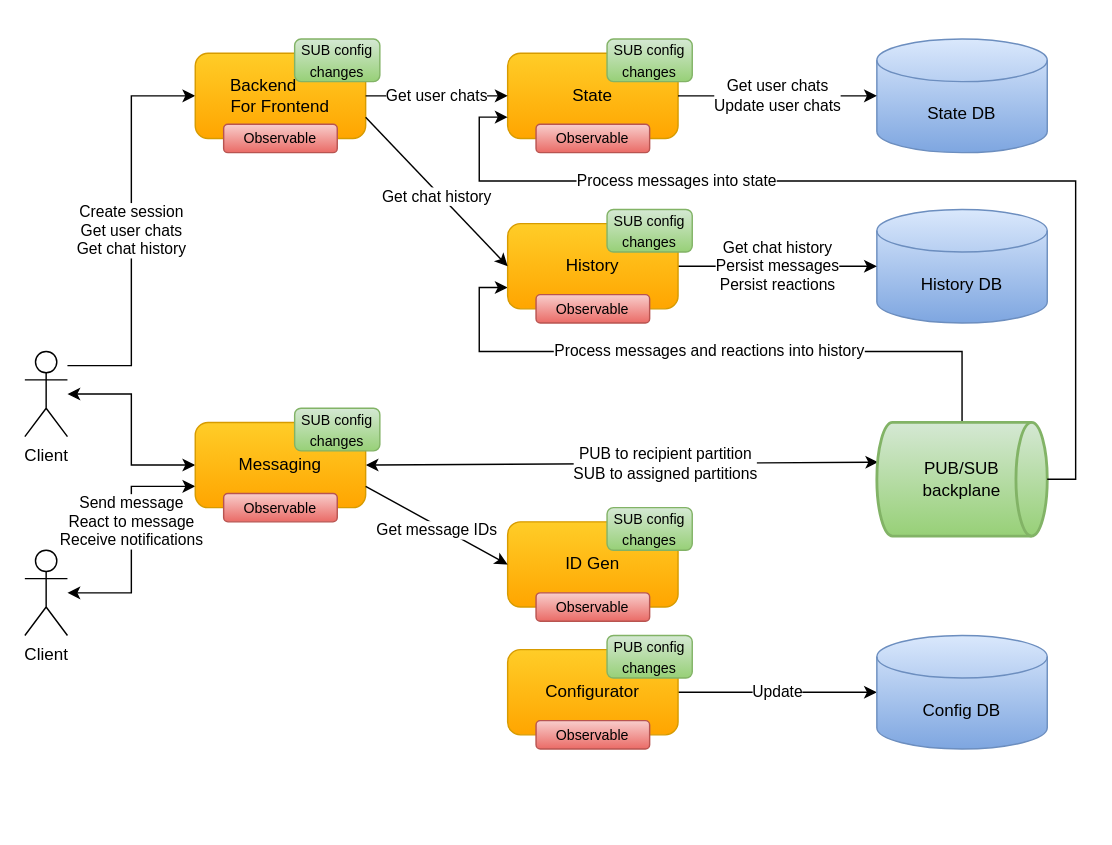
Earlier version of the draw.io diagram docs/diagrams/cecochat-01-overall.drawio (cvetomir-todorov/CecoChat). Source tidied: cells renumbered, new cells numbered last; positions are measured from the earlier drawing's top-left corner, leaving out a move shared by most shapes. Both pictures are drawn from the tidied source at 142%, with x=0, y=0 at pixel (24, 38).
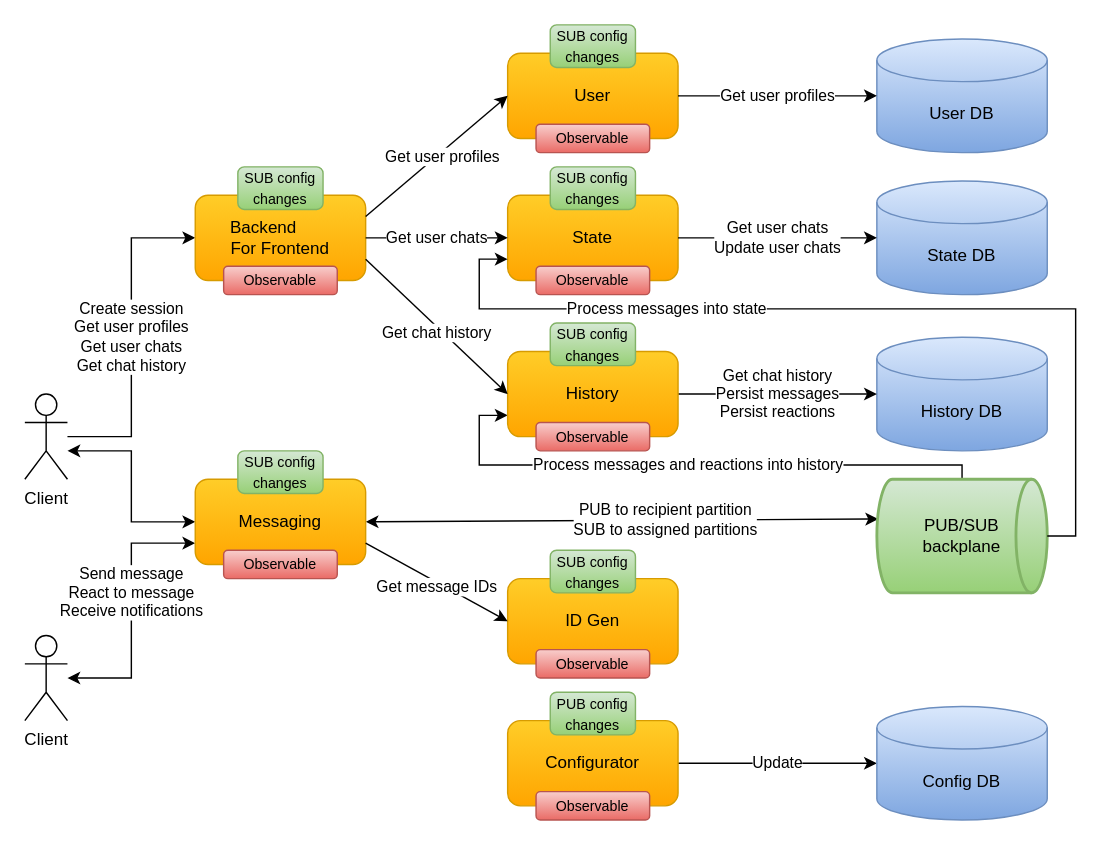
The same diagram, later.

Commit message (it also covers changes not shown here):
Update diagrams with user service

Diff of the diagram source:
```diff
@@
     <mxCell id="2" style="edgeStyle=orthogonalEdgeStyle;rounded=0;jettySize=auto;html=1;entryX=0;entryY=0.5;entryDx=0;entryDy=0;startArrow=classic;startFill=1;" parent="1" edge="1" source="4" target="8">
-      <mxGeometry relative="1" as="geometry" />
+      <mxGeometry relative="1" as="geometry">
+        <Array as="points">
+          <mxPoint x="75" y="290" />
+          <mxPoint x="75" y="340" />
+        </Array>
+      </mxGeometry>
     </mxCell>
-    <mxCell id="3" value="Create session&lt;br&gt;Get user chats&lt;br&gt;Get chat history" style="edgeStyle=orthogonalEdgeStyle;rounded=0;jettySize=auto;html=1;entryX=0;entryY=0.5;entryDx=0;entryDy=0;" parent="1" edge="1" source="4" target="21">
+    <mxCell id="3" value="Create session&lt;br&gt;Get user profiles&lt;br&gt;Get user chats&lt;br&gt;Get chat history" style="edgeStyle=orthogonalEdgeStyle;rounded=0;jettySize=auto;html=1;entryX=0;entryY=0.5;entryDx=0;entryDy=0;" parent="1" edge="1" source="4" target="21">
       <mxGeometry relative="1" as="geometry">
         <Array as="points">
-          <mxPoint x="75" y="230" />
-          <mxPoint x="75" y="40" />
+          <mxPoint x="75" y="280" />
+          <mxPoint x="75" y="140" />
         </Array>
       </mxGeometry>
     </mxCell>
     <mxCell id="4" value="Client" style="shape=umlActor;verticalLabelPosition=bottom;verticalAlign=top;html=1;outlineConnect=0;" parent="1" vertex="1">
-      <mxGeometry y="220" width="30" height="60" as="geometry" />
+      <mxGeometry y="250" width="30" height="60" as="geometry" />
     </mxCell>
     <mxCell id="5" value="Send message&lt;br&gt;React to message&lt;br&gt;Receive notifications" style="edgeStyle=orthogonalEdgeStyle;rounded=0;jettySize=auto;html=1;entryX=0;entryY=0.75;entryDx=0;entryDy=0;startArrow=classic;startFill=1;" parent="1" edge="1" source="6" target="8">
-      <mxGeometry x="0.15" relative="1" as="geometry" />
+      <mxGeometry x="0.14" relative="1" as="geometry" />
     </mxCell>
     <mxCell id="6" value="Client" style="shape=umlActor;verticalLabelPosition=bottom;verticalAlign=top;html=1;outlineConnect=0;" parent="1" vertex="1">
-      <mxGeometry y="360" width="30" height="60" as="geometry" />
+      <mxGeometry y="420" width="30" height="60" as="geometry" />
     </mxCell>
@@
     <mxCell id="8" value="&lt;font style=&quot;font-size: 12px&quot;&gt;Messaging&lt;/font&gt;" style="rounded=1;whiteSpace=wrap;html=1;gradientColor=#ffa500;fillColor=#ffcd28;strokeColor=#d79b00;" parent="1" vertex="1">
-      <mxGeometry x="120" y="270" width="120" height="60" as="geometry" />
+      <mxGeometry x="120" y="310" width="120" height="60" as="geometry" />
     </mxCell>
     <mxCell id="9" value="Process messages and reactions into history" style="edgeStyle=orthogonalEdgeStyle;rounded=0;jettySize=auto;html=1;entryX=0;entryY=0.75;entryDx=0;entryDy=0;exitX=0.5;exitY=0;exitDx=0;exitDy=0;exitPerimeter=0;" parent="1" edge="1" source="10" target="16">
       <mxGeometry relative="1" as="geometry">
         <Array as="points">
-          <mxPoint x="660" y="220" />
-          <mxPoint x="320" y="220" />
-          <mxPoint x="320" y="175" />
+          <mxPoint x="660" y="300" />
+          <mxPoint x="320" y="300" />
+          <mxPoint x="320" y="265" />
         </Array>
       </mxGeometry>
     </mxCell>
     <mxCell id="10" value="PUB/SUB&lt;br&gt;backplane" style="strokeWidth=2;html=1;shape=mxgraph.flowchart.direct_data;whiteSpace=wrap;gradientColor=#97d077;fillColor=#d5e8d4;strokeColor=#82b366;" parent="1" vertex="1">
-      <mxGeometry x="600" y="270" width="120" height="80" as="geometry" />
+      <mxGeometry x="600" y="310" width="120" height="80" as="geometry" />
     </mxCell>
     <mxCell id="11" value="History DB" style="shape=cylinder3;whiteSpace=wrap;html=1;boundedLbl=1;backgroundOutline=1;size=15;gradientColor=#7ea6e0;fillColor=#dae8fc;strokeColor=#6c8ebf;" parent="1" vertex="1">
-      <mxGeometry x="600" y="120" width="120" height="80" as="geometry" />
+      <mxGeometry x="600" y="210" width="120" height="80" as="geometry" />
     </mxCell>
@@
     <mxCell id="14" value="Configurator" style="rounded=1;whiteSpace=wrap;html=1;gradientColor=#ffa500;fillColor=#ffcd28;strokeColor=#d79b00;" parent="1" vertex="1">
-      <mxGeometry x="340" y="430" width="120" height="60" as="geometry" />
+      <mxGeometry x="340" y="480" width="120" height="60" as="geometry" />
     </mxCell>
     <mxCell id="15" value="Config DB" style="shape=cylinder3;whiteSpace=wrap;html=1;boundedLbl=1;backgroundOutline=1;size=15;gradientColor=#7ea6e0;fillColor=#dae8fc;strokeColor=#6c8ebf;" parent="1" vertex="1">
-      <mxGeometry x="600" y="420" width="120" height="80" as="geometry" />
+      <mxGeometry x="600" y="470" width="120" height="80" as="geometry" />
     </mxCell>
     <mxCell id="16" value="&lt;font style=&quot;font-size: 12px&quot;&gt;History&lt;/font&gt;" style="rounded=1;whiteSpace=wrap;html=1;gradientColor=#ffa500;fillColor=#ffcd28;strokeColor=#d79b00;" parent="1" vertex="1">
-      <mxGeometry x="340" y="130" width="120" height="60" as="geometry" />
+      <mxGeometry x="340" y="220" width="120" height="60" as="geometry" />
     </mxCell>
     <mxCell id="17" value="&lt;font style=&quot;font-size: 12px&quot;&gt;ID Gen&lt;/font&gt;" style="rounded=1;whiteSpace=wrap;html=1;gradientColor=#ffa500;fillColor=#ffcd28;strokeColor=#d79b00;" parent="1" vertex="1">
-      <mxGeometry x="340" y="340" width="120" height="60" as="geometry" />
+      <mxGeometry x="340" y="380" width="120" height="60" as="geometry" />
     </mxCell>
@@
     <mxCell id="19" value="&lt;font style=&quot;font-size: 10px&quot;&gt;PUB config&lt;br&gt;changes&lt;/font&gt;" style="rounded=1;whiteSpace=wrap;html=1;gradientColor=#97d077;fillColor=#d5e8d4;strokeColor=#82b366;" parent="1" vertex="1">
-      <mxGeometry x="410" y="420" width="60" height="30" as="geometry" />
+      <mxGeometry x="370" y="460" width="60" height="30" as="geometry" />
     </mxCell>
     <mxCell id="20" value="&lt;font style=&quot;font-size: 10px&quot;&gt;SUB config&lt;br&gt;changes&lt;/font&gt;" style="rounded=1;whiteSpace=wrap;html=1;gradientColor=#97d077;fillColor=#d5e8d4;strokeColor=#82b366;" parent="1" vertex="1">
-      <mxGeometry x="190" y="260" width="60" height="30" as="geometry" />
+      <mxGeometry x="150" y="290" width="60" height="30" as="geometry" />
     </mxCell>
     <mxCell id="21" value="&lt;font style=&quot;font-size: 12px&quot;&gt;Backend&amp;nbsp; &amp;nbsp; &amp;nbsp; &amp;nbsp;&lt;br&gt;For Frontend&lt;/font&gt;" style="rounded=1;whiteSpace=wrap;html=1;gradientColor=#ffa500;fillColor=#ffcd28;strokeColor=#d79b00;" parent="1" vertex="1">
-      <mxGeometry x="120" y="10" width="120" height="60" as="geometry" />
+      <mxGeometry x="120" y="110" width="120" height="60" as="geometry" />
     </mxCell>
     <mxCell id="22" value="&lt;font style=&quot;font-size: 10px&quot;&gt;SUB config&lt;br&gt;changes&lt;/font&gt;" style="rounded=1;whiteSpace=wrap;html=1;gradientColor=#97d077;fillColor=#d5e8d4;strokeColor=#82b366;" parent="1" vertex="1">
-      <mxGeometry x="190" width="60" height="30" as="geometry" />
+      <mxGeometry x="150" y="90" width="60" height="30" as="geometry" />
     </mxCell>
     <mxCell id="23" value="State DB" style="shape=cylinder3;whiteSpace=wrap;html=1;boundedLbl=1;backgroundOutline=1;size=15;gradientColor=#7ea6e0;fillColor=#dae8fc;strokeColor=#6c8ebf;" parent="1" vertex="1">
-      <mxGeometry x="600" width="120" height="80" as="geometry" />
+      <mxGeometry x="600" y="100" width="120" height="80" as="geometry" />
     </mxCell>
     <mxCell id="24" value="&lt;font style=&quot;font-size: 12px&quot;&gt;State&lt;/font&gt;" style="rounded=1;whiteSpace=wrap;html=1;gradientColor=#ffa500;fillColor=#ffcd28;strokeColor=#d79b00;" parent="1" vertex="1">
-      <mxGeometry x="340" y="10" width="120" height="60" as="geometry" />
+      <mxGeometry x="340" y="110" width="120" height="60" as="geometry" />
     </mxCell>
     <mxCell id="25" value="Process messages into state" style="edgeStyle=orthogonalEdgeStyle;rounded=0;jettySize=auto;html=1;entryX=0;entryY=0.75;entryDx=0;entryDy=0;exitX=1;exitY=0.5;exitDx=0;exitDy=0;exitPerimeter=0;" parent="1" edge="1" source="10" target="24">
       <mxGeometry x="0.43" relative="1" as="geometry">
         <Array as="points">
-          <mxPoint x="740" y="310" />
-          <mxPoint x="740" y="100" />
-          <mxPoint x="320" y="100" />
-          <mxPoint x="320" y="55" />
+          <mxPoint x="740" y="350" />
+          <mxPoint x="740" y="190" />
+          <mxPoint x="320" y="190" />
+          <mxPoint x="320" y="155" />
         </Array>
       </mxGeometry>
     </mxCell>
@@
     <mxCell id="29" value="&lt;font style=&quot;font-size: 10px&quot;&gt;SUB config&lt;br&gt;changes&lt;/font&gt;" style="rounded=1;whiteSpace=wrap;html=1;gradientColor=#97d077;fillColor=#d5e8d4;strokeColor=#82b366;" parent="1" vertex="1">
-      <mxGeometry x="410" y="120" width="60" height="30" as="geometry" />
+      <mxGeometry x="370" y="200" width="60" height="30" as="geometry" />
     </mxCell>
     <mxCell id="30" value="&lt;font style=&quot;font-size: 10px&quot;&gt;SUB config&lt;br&gt;changes&lt;/font&gt;" style="rounded=1;whiteSpace=wrap;html=1;gradientColor=#97d077;fillColor=#d5e8d4;strokeColor=#82b366;" parent="1" vertex="1">
-      <mxGeometry x="410" width="60" height="30" as="geometry" />
+      <mxGeometry x="370" y="90" width="60" height="30" as="geometry" />
     </mxCell>
     <mxCell id="31" value="&lt;font style=&quot;font-size: 10px&quot;&gt;SUB config&lt;br&gt;changes&lt;/font&gt;" style="rounded=1;whiteSpace=wrap;html=1;gradientColor=#97d077;fillColor=#d5e8d4;strokeColor=#82b366;" parent="1" vertex="1">
-      <mxGeometry x="410" y="330" width="60" height="30" as="geometry" />
+      <mxGeometry x="370" y="360" width="60" height="30" as="geometry" />
     </mxCell>
     <mxCell id="32" value="&lt;span style=&quot;font-size: 10px&quot;&gt;Observable&lt;/span&gt;" style="rounded=1;whiteSpace=wrap;html=1;gradientColor=#ea6b66;fillColor=#f8cecc;strokeColor=#b85450;" parent="1" vertex="1">
-      <mxGeometry x="140" y="60" width="80" height="20" as="geometry" />
+      <mxGeometry x="140" y="160" width="80" height="20" as="geometry" />
     </mxCell>
     <mxCell id="33" value="&lt;span style=&quot;font-size: 10px&quot;&gt;Observable&lt;/span&gt;" style="rounded=1;whiteSpace=wrap;html=1;gradientColor=#ea6b66;fillColor=#f8cecc;strokeColor=#b85450;" parent="1" vertex="1">
-      <mxGeometry x="360" y="60" width="80" height="20" as="geometry" />
+      <mxGeometry x="360" y="160" width="80" height="20" as="geometry" />
     </mxCell>
     <mxCell id="34" value="&lt;span style=&quot;font-size: 10px&quot;&gt;Observable&lt;/span&gt;" style="rounded=1;whiteSpace=wrap;html=1;gradientColor=#ea6b66;fillColor=#f8cecc;strokeColor=#b85450;" parent="1" vertex="1">
-      <mxGeometry x="360" y="180" width="80" height="20" as="geometry" />
+      <mxGeometry x="360" y="270" width="80" height="20" as="geometry" />
     </mxCell>
     <mxCell id="35" value="&lt;span style=&quot;font-size: 10px&quot;&gt;Observable&lt;/span&gt;" style="rounded=1;whiteSpace=wrap;html=1;gradientColor=#ea6b66;fillColor=#f8cecc;strokeColor=#b85450;" parent="1" vertex="1">
-      <mxGeometry x="140" y="320" width="80" height="20" as="geometry" />
+      <mxGeometry x="140" y="360" width="80" height="20" as="geometry" />
     </mxCell>
     <mxCell id="36" value="&lt;span style=&quot;font-size: 10px&quot;&gt;Observable&lt;/span&gt;" style="rounded=1;whiteSpace=wrap;html=1;gradientColor=#ea6b66;fillColor=#f8cecc;strokeColor=#b85450;" parent="1" vertex="1">
-      <mxGeometry x="360" y="390" width="80" height="20" as="geometry" />
+      <mxGeometry x="360" y="430" width="80" height="20" as="geometry" />
     </mxCell>
     <mxCell id="37" value="&lt;span style=&quot;font-size: 10px&quot;&gt;Observable&lt;/span&gt;" style="rounded=1;whiteSpace=wrap;html=1;gradientColor=#ea6b66;fillColor=#f8cecc;strokeColor=#b85450;" parent="1" vertex="1">
-      <mxGeometry x="360" y="480" width="80" height="20" as="geometry" />
+      <mxGeometry x="360" y="530" width="80" height="20" as="geometry" />
     </mxCell>
+    <mxCell id="38" value="&lt;font style=&quot;font-size: 12px&quot;&gt;User&lt;/font&gt;" style="rounded=1;whiteSpace=wrap;html=1;gradientColor=#ffa500;fillColor=#ffcd28;strokeColor=#d79b00;" parent="1" vertex="1">
+      <mxGeometry x="340" y="10" width="120" height="60" as="geometry" />
+    </mxCell>
+    <mxCell id="39" value="&lt;font style=&quot;font-size: 10px&quot;&gt;SUB config&lt;br&gt;changes&lt;/font&gt;" style="rounded=1;whiteSpace=wrap;html=1;gradientColor=#97d077;fillColor=#d5e8d4;strokeColor=#82b366;" parent="1" vertex="1">
+      <mxGeometry x="370" y="-10" width="60" height="30" as="geometry" />
+    </mxCell>
+    <mxCell id="40" value="&lt;span style=&quot;font-size: 10px&quot;&gt;Observable&lt;/span&gt;" style="rounded=1;whiteSpace=wrap;html=1;gradientColor=#ea6b66;fillColor=#f8cecc;strokeColor=#b85450;" parent="1" vertex="1">
+      <mxGeometry x="360" y="60" width="80" height="20" as="geometry" />
+    </mxCell>
+    <mxCell id="41" value="User DB" style="shape=cylinder3;whiteSpace=wrap;html=1;boundedLbl=1;backgroundOutline=1;size=15;gradientColor=#7ea6e0;fillColor=#dae8fc;strokeColor=#6c8ebf;" parent="1" vertex="1">
+      <mxGeometry x="600" width="120" height="80" as="geometry" />
+    </mxCell>
+    <mxCell id="42" value="&lt;font style=&quot;font-size: 11px&quot;&gt;Get user profiles&lt;br&gt;&lt;/font&gt;" style="rounded=0;jettySize=auto;html=1;entryX=0;entryY=0.5;entryDx=0;entryDy=0;entryPerimeter=0;startArrow=none;startFill=0;" parent="1" edge="1" target="41">
+      <mxGeometry relative="1" as="geometry">
+        <mxPoint x="460" y="40" as="sourcePoint" />
+      </mxGeometry>
+    </mxCell>
+    <mxCell id="43" value="Get user profiles" style="endArrow=classic;html=1;entryX=0;entryY=0.5;entryDx=0;entryDy=0;exitX=1;exitY=0.25;exitDx=0;exitDy=0;" parent="1" edge="1" source="21" target="38">
+      <mxGeometry x="0.04" y="-3" relative="1" as="geometry" />
+    </mxCell>
```
